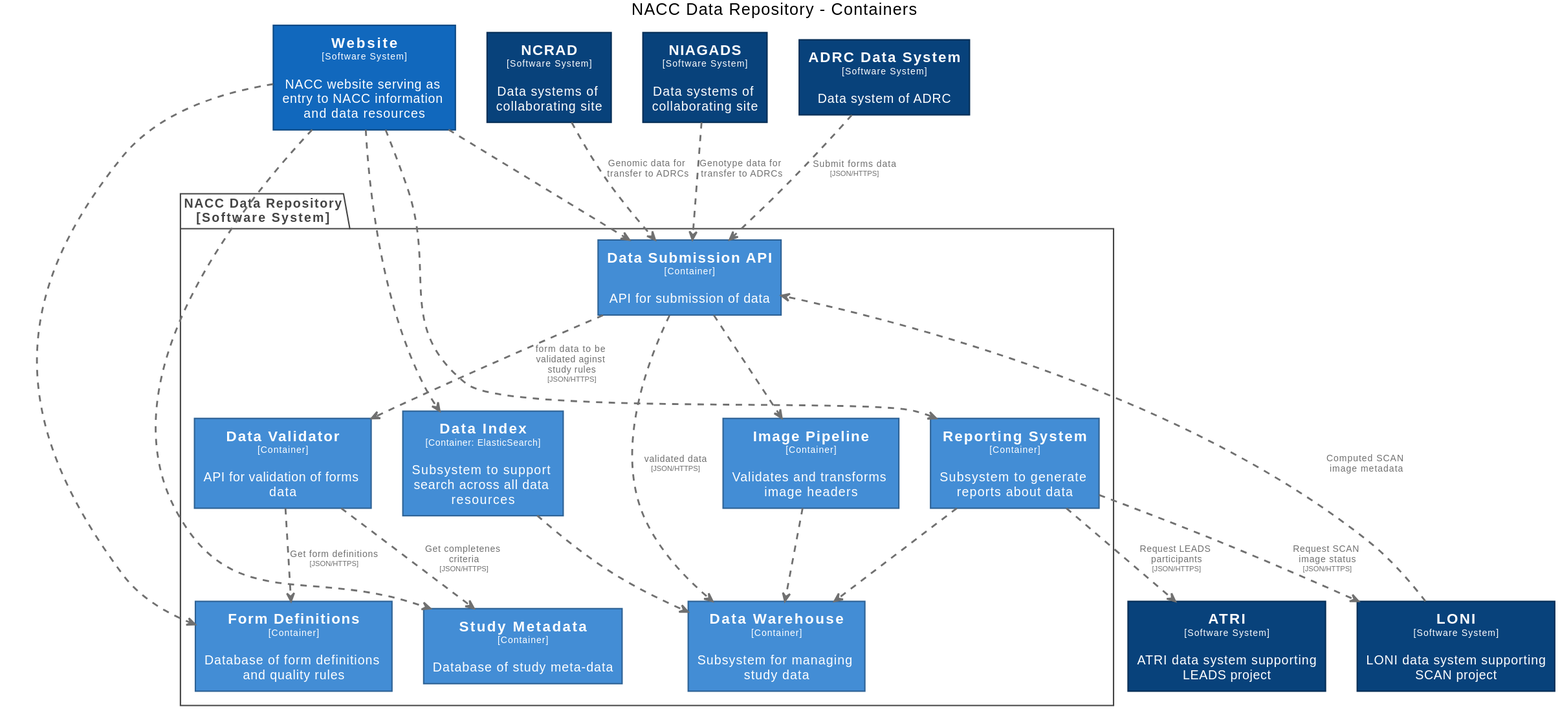
Above: docs/images/structurizr-RepositoryContainers.svg in naccdata/system-design (PlantUML), before the change.
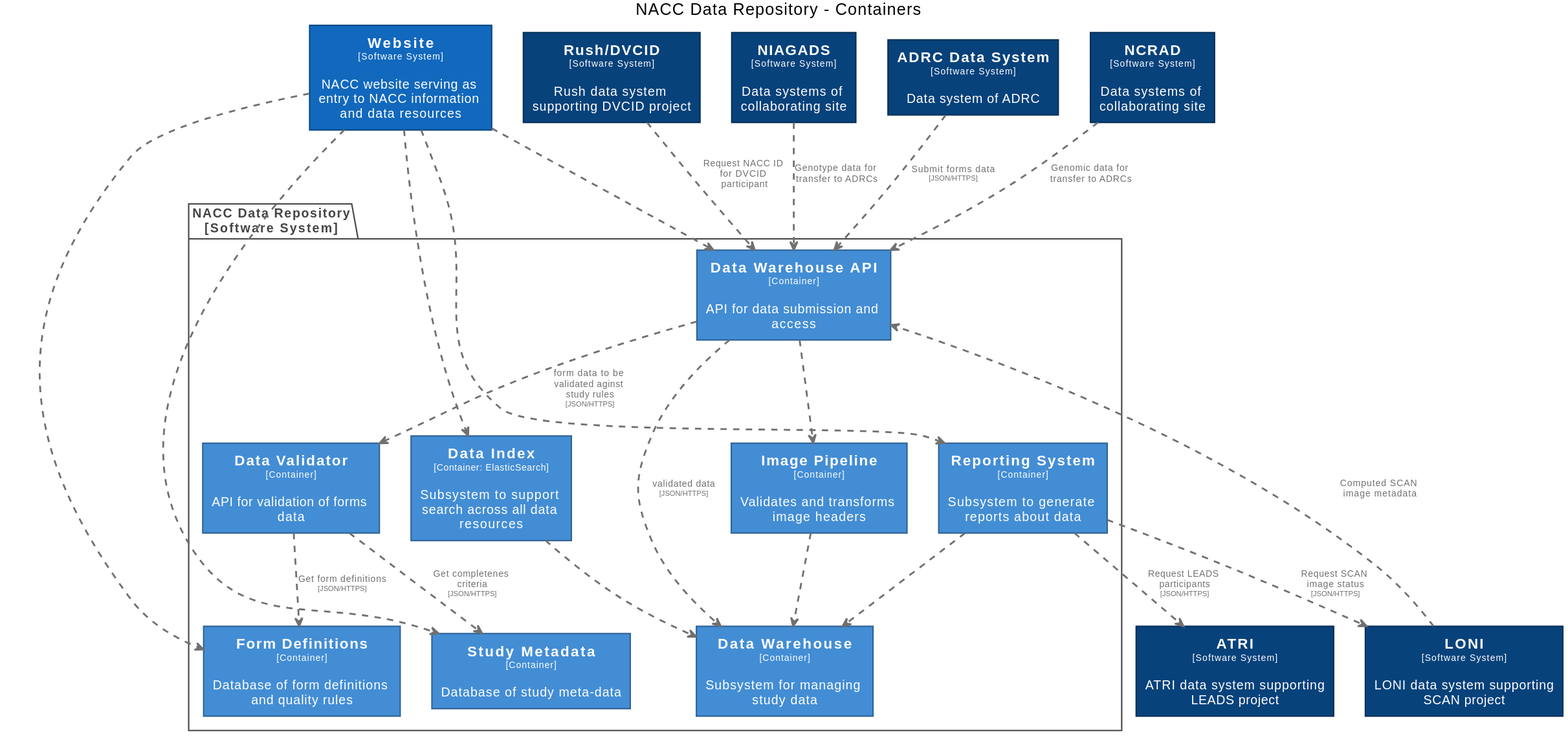
After the change.

What changed in the source:
```diff
@@ -28,17 +28,17 @@
   FontColor #ffffff
   BorderColor #2e6295
 }
-skinparam rectangle<<NACCDataRepository.DataSubmissionAPI>> {
-  BackgroundColor #438dd5
-  FontColor #ffffff
-  BorderColor #2e6295
-}
 skinparam rectangle<<NACCDataRepository.DataValidator>> {
   BackgroundColor #438dd5
   FontColor #ffffff
   BorderColor #2e6295
 }
 skinparam rectangle<<NACCDataRepository.DataWarehouse>> {
+  BackgroundColor #438dd5
+  FontColor #ffffff
+  BorderColor #2e6295
+}
+skinparam rectangle<<NACCDataRepository.DataWarehouseAPI>> {
   BackgroundColor #438dd5
   FontColor #ffffff
   BorderColor #2e6295
@@ -73,6 +73,11 @@
   FontColor #ffffff
   BorderColor #2e6295
 }
+skinparam rectangle<<RushDVCID>> {
+  BackgroundColor #08427b
+  FontColor #ffffff
+  BorderColor #052e56
+}
 skinparam rectangle<<NACCDataRepository.StudyMetadata>> {
   BackgroundColor #438dd5
   FontColor #ffffff
@@ -84,18 +89,19 @@
   BorderColor #0b4884
 }
 
+rectangle "==LONI\n<size:10>[Software System]</size>\n\nLONI data system supporting SCAN project" <<LONI>> as LONI
+rectangle "==ATRI\n<size:10>[Software System]</size>\n\nATRI data system supporting LEADS project" <<ATRI>> as ATRI
 rectangle "==NCRAD\n<size:10>[Software System]</size>\n\nData systems of collaborating site" <<NCRAD>> as NCRAD
+rectangle "==Rush/DVCID\n<size:10>[Software System]</size>\n\nRush data system supporting DVCID project" <<RushDVCID>> as RushDVCID
+rectangle "==NIAGADS\n<size:10>[Software System]</size>\n\nData systems of collaborating site" <<NIAGADS>> as NIAGADS
 rectangle "==Website\n<size:10>[Software System]</size>\n\nNACC website serving as entry to NACC information and data resources" <<Website>> as Website
-rectangle "==ATRI\n<size:10>[Software System]</size>\n\nATRI data system supporting LEADS project" <<ATRI>> as ATRI
-rectangle "==NIAGADS\n<size:10>[Software System]</size>\n\nData systems of collaborating site" <<NIAGADS>> as NIAGADS
 rectangle "==ADRC Data System\n<size:10>[Software System]</size>\n\nData system of ADRC" <<ADRCDataSystem>> as ADRCDataSystem
-rectangle "==LONI\n<size:10>[Software System]</size>\n\nLONI data system supporting SCAN project" <<LONI>> as LONI
 
 package "NACC Data Repository\n[Software System]" <<NACCDataRepository>> {
   skinparam PackageBorderColor<<NACCDataRepository>> #444444
   skinparam PackageFontColor<<NACCDataRepository>> #444444
 
-  rectangle "==Data Submission API\n<size:10>[Container]</size>\n\nAPI for submission of data" <<NACCDataRepository.DataSubmissionAPI>> as NACCDataRepository.DataSubmissionAPI
+  rectangle "==Data Warehouse API\n<size:10>[Container]</size>\n\nAPI for data submission and access" <<NACCDataRepository.DataWarehouseAPI>> as NACCDataRepository.DataWarehouseAPI
   rectangle "==Data Index\n<size:10>[Container: ElasticSearch]</size>\n\nSubsystem to support search across all data resources" <<NACCDataRepository.DataIndex>> as NACCDataRepository.DataIndex
   rectangle "==Reporting System\n<size:10>[Container]</size>\n\nSubsystem to generate reports about data" <<NACCDataRepository.ReportingSystem>> as NACCDataRepository.ReportingSystem
   rectangle "==Data Warehouse\n<size:10>[Container]</size>\n\nSubsystem for managing study data" <<NACCDataRepository.DataWarehouse>> as NACCDataRepository.DataWarehouse
@@ -106,22 +112,23 @@
 }
 
 NACCDataRepository.ImagePipeline .[#707070,thickness=2].> NACCDataRepository.DataWarehouse : "<color:#707070>"
+LONI .[#707070,thickness=2].> NACCDataRepository.DataWarehouseAPI : "<color:#707070>Computed SCAN image metadata"
 NACCDataRepository.ReportingSystem .[#707070,thickness=2].> LONI : "<color:#707070>Request SCAN image status\n<color:#707070><size:8>[JSON/HTTPS]</size>"
 NACCDataRepository.ReportingSystem .[#707070,thickness=2].> ATRI : "<color:#707070>Request LEADS participants\n<color:#707070><size:8>[JSON/HTTPS]</size>"
-NACCDataRepository.DataSubmissionAPI .[#707070,thickness=2].> NACCDataRepository.DataValidator : "<color:#707070>form data to be validated aginst study rules\n<color:#707070><size:8>[JSON/HTTPS]</size>"
-NACCDataRepository.DataSubmissionAPI .[#707070,thickness=2].> NACCDataRepository.DataWarehouse : "<color:#707070>validated data\n<color:#707070><size:8>[JSON/HTTPS]</size>"
-NACCDataRepository.DataSubmissionAPI .[#707070,thickness=2].> NACCDataRepository.ImagePipeline : "<color:#707070>"
+RushDVCID .[#707070,thickness=2].> NACCDataRepository.DataWarehouseAPI : "<color:#707070>Request NACC ID for DVCID participant"
+NACCDataRepository.DataWarehouseAPI .[#707070,thickness=2].> NACCDataRepository.DataValidator : "<color:#707070>form data to be validated aginst study rules\n<color:#707070><size:8>[JSON/HTTPS]</size>"
+NACCDataRepository.DataWarehouseAPI .[#707070,thickness=2].> NACCDataRepository.DataWarehouse : "<color:#707070>validated data\n<color:#707070><size:8>[JSON/HTTPS]</size>"
+NACCDataRepository.DataWarehouseAPI .[#707070,thickness=2].> NACCDataRepository.ImagePipeline : "<color:#707070>"
 NACCDataRepository.DataIndex .[#707070,thickness=2].> NACCDataRepository.DataWarehouse : "<color:#707070>"
 NACCDataRepository.ReportingSystem .[#707070,thickness=2].> NACCDataRepository.DataWarehouse : "<color:#707070>"
-Website .[#707070,thickness=2].> NACCDataRepository.DataSubmissionAPI : "<color:#707070>"
+Website .[#707070,thickness=2].> NACCDataRepository.DataWarehouseAPI : "<color:#707070>"
 Website .[#707070,thickness=2].> NACCDataRepository.DataIndex : "<color:#707070>"
 Website .[#707070,thickness=2].> NACCDataRepository.ReportingSystem : "<color:#707070>"
 Website .[#707070,thickness=2].> NACCDataRepository.StudyMetadata : "<color:#707070>"
 Website .[#707070,thickness=2].> NACCDataRepository.FormDefinitions : "<color:#707070>"
 NACCDataRepository.DataValidator .[#707070,thickness=2].> NACCDataRepository.FormDefinitions : "<color:#707070>Get form definitions\n<color:#707070><size:8>[JSON/HTTPS]</size>"
 NACCDataRepository.DataValidator .[#707070,thickness=2].> NACCDataRepository.StudyMetadata : "<color:#707070>Get completenes criteria\n<color:#707070><size:8>[JSON/HTTPS]</size>"
-ADRCDataSystem .[#707070,thickness=2].> NACCDataRepository.DataSubmissionAPI : "<color:#707070>Submit forms data\n<color:#707070><size:8>[JSON/HTTPS]</size>"
-NCRAD .[#707070,thickness=2].> NACCDataRepository.DataSubmissionAPI : "<color:#707070>Genomic data for transfer to ADRCs"
-NIAGADS .[#707070,thickness=2].> NACCDataRepository.DataSubmissionAPI : "<color:#707070>Genotype data for transfer to ADRCs"
-LONI .[#707070,thickness=2].> NACCDataRepository.DataSubmissionAPI : "<color:#707070>Computed SCAN image metadata"
+ADRCDataSystem .[#707070,thickness=2].> NACCDataRepository.DataWarehouseAPI : "<color:#707070>Submit forms data\n<color:#707070><size:8>[JSON/HTTPS]</size>"
+NCRAD .[#707070,thickness=2].> NACCDataRepository.DataWarehouseAPI : "<color:#707070>Genomic data for transfer to ADRCs"
+NIAGADS .[#707070,thickness=2].> NACCDataRepository.DataWarehouseAPI : "<color:#707070>Genotype data for transfer to ADRCs"
 @enduml
```
